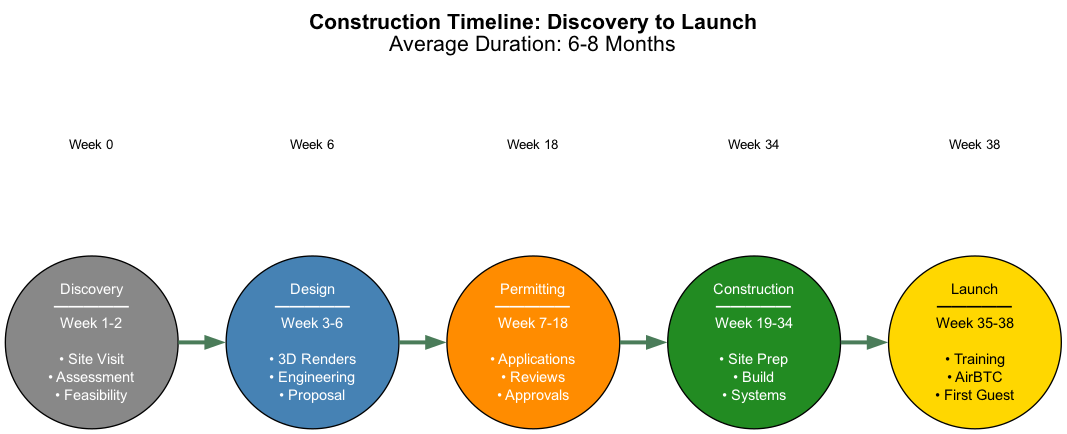
offgridfarmstays/website keeps this Graphviz diagram as assets/diagrams/construction_timeline.png. Above is the earlier version. Its source is kept beside it as scripts/image-generation/diagrams/construction_timeline.dot.
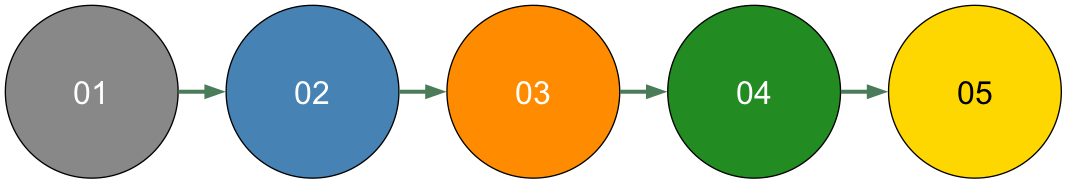
After the commit.

Commit message:
Simplify construction timeline diagram to numbered circles only

Change to the diagram source:
```diff
@@ -7,43 +7,11 @@
 
     node [fontname="Arial", fontsize=11, fixedsize=true, width=1.8, height=1.8];
 
-    discovery [label="Discovery\n━━━━━\nWeek 1-2\n\n• Site Visit\n• Assessment\n• Feasibility", shape=circle, fillcolor="#888888", style=filled, fontcolor=white];
-    design [label="Design\n━━━━━\nWeek 3-6\n\n• 3D Renders\n• Engineering\n• Proposal", shape=circle, fillcolor="#4682B4", style=filled, fontcolor=white];
-    permitting [label="Permitting\n━━━━━\nWeek 7-18\n\n• Applications\n• Reviews\n• Approvals", shape=circle, fillcolor="#FF8C00", style=filled, fontcolor=white];
-    construction [label="Construction\n━━━━━\nWeek 19-34\n\n• Site Prep\n• Build\n• Systems", shape=circle, fillcolor="#228B22", style=filled, fontcolor=white];
-    launch [label="Launch\n━━━━━\nWeek 35-38\n\n• Training\n• AirBTC\n• First Guest", shape=circle, fillcolor="#FFD700", style=filled, fontcolor=black];
+    discovery [label="01", shape=circle, fillcolor="#888888", style=filled, fontcolor=white, fontsize=24];
+    design [label="02", shape=circle, fillcolor="#4682B4", style=filled, fontcolor=white, fontsize=24];
+    permitting [label="03", shape=circle, fillcolor="#FF8C00", style=filled, fontcolor=white, fontsize=24];
+    construction [label="04", shape=circle, fillcolor="#228B22", style=filled, fontcolor=white, fontsize=24];
+    launch [label="05", shape=circle, fillcolor="#FFD700", style=filled, fontcolor=black, fontsize=24];
 
     discovery -> design -> permitting -> construction -> launch [penwidth=3, color="#4A7C59"];
-
-    {
-        rank=same;
-        discovery;
-        week0 [label="Week 0", shape=plaintext, fontsize=10];
-    }
-    {
-        rank=same;
-        design;
-        week6 [label="Week 6", shape=plaintext, fontsize=10];
-    }
-    {
-        rank=same;
-        permitting;
-        week18 [label="Week 18", shape=plaintext, fontsize=10];
-    }
-    {
-        rank=same;
-        construction;
-        week34 [label="Week 34", shape=plaintext, fontsize=10];
-    }
-    {
-        rank=same;
-        launch;
-        week38 [label="Week 38", shape=plaintext, fontsize=10];
-    }
-
-    week0 -> week6 -> week18 -> week34 -> week38 [style=invis];
-
-    labelloc="t";
-    label=<<b>Construction Timeline: Discovery to Launch</b><br/>Average Duration: 6-8 Months>;
-    fontsize=16;
 }
```
